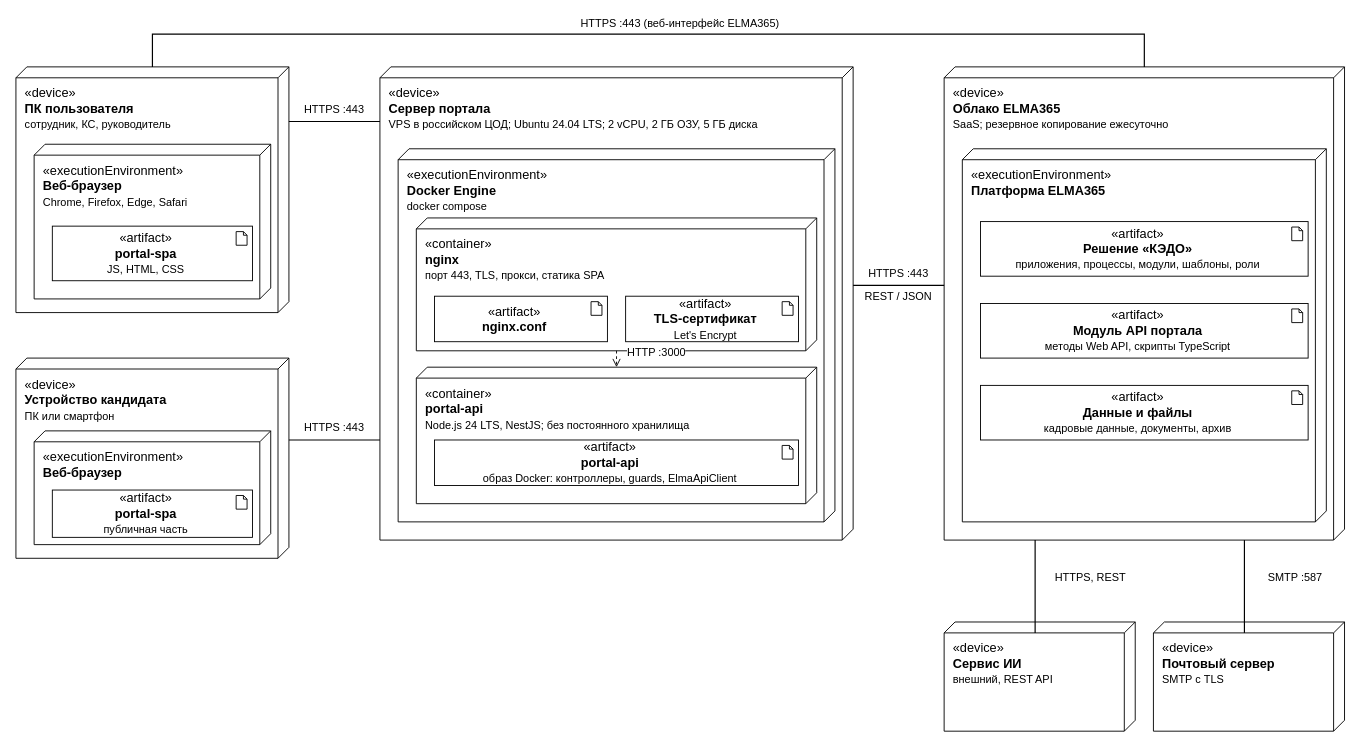
Before: docs/диаграммы/drawio/5.2_Диаграмма_развёртывания.drawio in akkixx04/doc_management, a draw.io diagram. Source tidied: cells renumbered, new cells numbered last; positions are measured from the earlier drawing's top-left corner, leaving out a move shared by most shapes. Both pictures are drawn from the tidied source at 91%, with x=0, y=0 at pixel (15, 15).
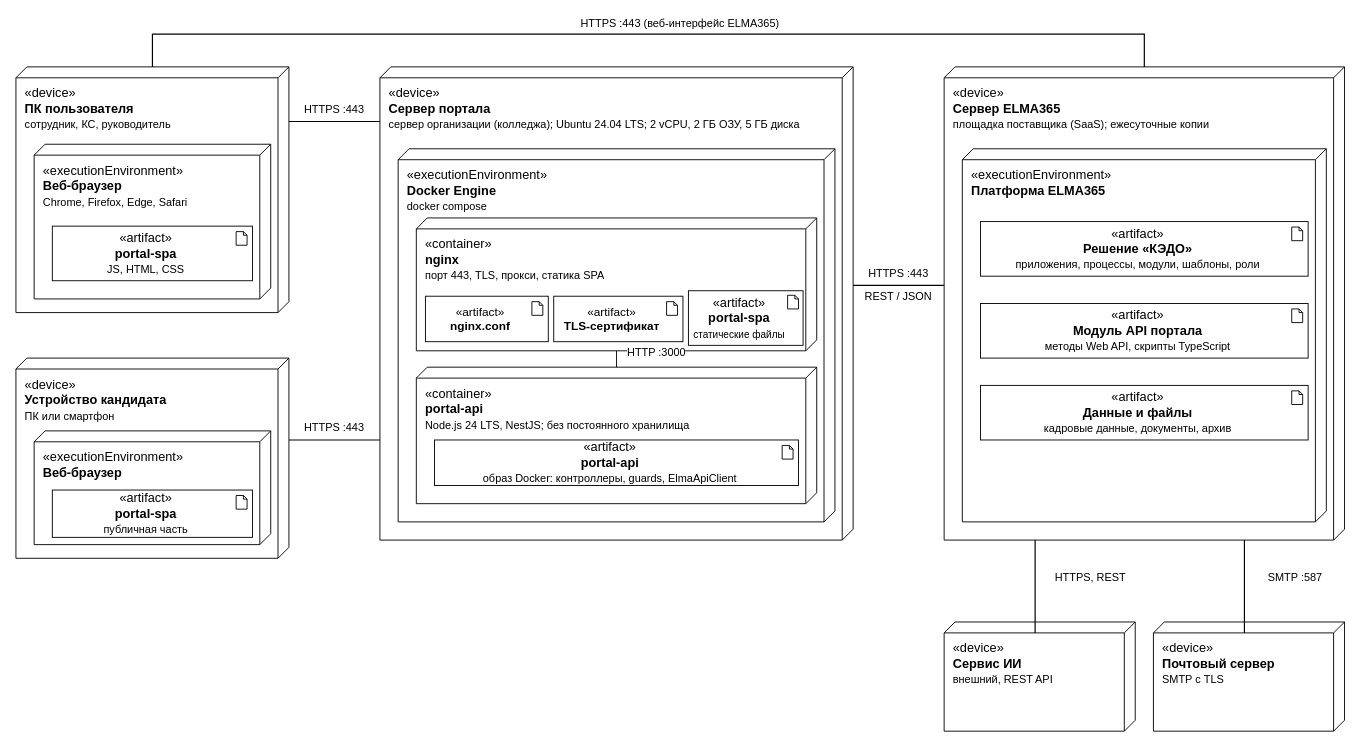
The same page after the edit.

What changed in the source:
```diff
@@
-    <mxCell id="8" style="edgeStyle=none;html=1;rounded=0;endArrow=block;endFill=1;endSize=7;strokeColor=#000000;strokeWidth=1;fontColor=#000000;fontFamily=Helvetica;endArrow=open;endFill=0;dashed=1;fontSize=14;" parent="1" edge="1">
+    <mxCell id="8" style="edgeStyle=none;html=1;rounded=0;endArrow=none;endFill=1;endSize=7;strokeColor=#000000;strokeWidth=1;fontColor=#000000;fontFamily=Helvetica;endArrow=none;endFill=0;dashed=0;fontSize=14;" parent="1" edge="1">
       <mxGeometry relative="1" as="geometry">
         <mxPoint x="660" y="368" as="sourcePoint" />
         <mxPoint x="660" y="386" as="targetPoint" />
       </mxGeometry>
     </mxCell>
@@
-    <mxCell id="17" value="«device»&lt;br&gt;&lt;b&gt;Сервер портала&lt;/b&gt;&lt;br&gt;&lt;font style='font-size:12px'&gt;VPS в российском ЦОД; Ubuntu 24.04 LTS; 2 vCPU, 2 ГБ ОЗУ, 5 ГБ диска&lt;/font&gt;" style="shape=cube;whiteSpace=wrap;html=1;size=12;flipH=1;fillColor=none;strokeColor=#000000;verticalAlign=top;align=left;spacingLeft=8;spacingTop=14;fontSize=14;fontFamily=Helvetica;fontColor=#000000;" parent="1" vertex="1">
+    <mxCell id="17" value="«device»&lt;br&gt;&lt;b&gt;Сервер портала&lt;/b&gt;&lt;br&gt;&lt;font style='font-size:12px'&gt;сервер организации (колледжа); Ubuntu 24.04 LTS; 2 vCPU, 2 ГБ ОЗУ, 5 ГБ диска&lt;/font&gt;" style="shape=cube;whiteSpace=wrap;html=1;size=12;flipH=1;fillColor=none;strokeColor=#000000;verticalAlign=top;align=left;spacingLeft=8;spacingTop=14;fontSize=14;fontFamily=Helvetica;fontColor=#000000;" parent="1" vertex="1">
       <mxGeometry x="400" y="56" width="520" height="520" as="geometry" />
     </mxCell>
@@
-    <mxCell id="20" value="«artifact»&lt;br&gt;&lt;b&gt;nginx.conf&lt;/b&gt;" style="html=1;whiteSpace=wrap;rounded=0;fillColor=#ffffff;strokeColor=#000000;fontSize=14;spacingRight=14;fontFamily=Helvetica;fontColor=#000000;" parent="1" vertex="1">
-      <mxGeometry x="460" y="308" width="190" height="50" as="geometry" />
+    <mxCell id="20" value="«artifact»&lt;br&gt;&lt;b&gt;nginx.conf&lt;/b&gt;" style="html=1;whiteSpace=wrap;rounded=0;fillColor=#ffffff;strokeColor=#000000;fontSize=13;spacingRight=14;fontFamily=Helvetica;fontColor=#000000;" parent="1" vertex="1">
+      <mxGeometry x="450" y="308" width="135" height="50" as="geometry" />
     </mxCell>
     <mxCell id="21" style="shape=note;size=4;html=1;fillColor=#ffffff;strokeColor=#000000;fontFamily=Helvetica;fontColor=#000000;fontSize=14;" parent="1" vertex="1">
-      <mxGeometry x="632" y="314" width="12" height="15" as="geometry" />
+      <mxGeometry x="567" y="314" width="12" height="15" as="geometry" />
     </mxCell>
-    <mxCell id="22" value="«artifact»&lt;br&gt;&lt;b&gt;TLS-сертификат&lt;/b&gt;&lt;br&gt;&lt;font style='font-size:12px'&gt;Let&amp;#x27;s Encrypt&lt;/font&gt;" style="html=1;whiteSpace=wrap;rounded=0;fillColor=#ffffff;strokeColor=#000000;fontSize=14;spacingRight=14;fontFamily=Helvetica;fontColor=#000000;" parent="1" vertex="1">
-      <mxGeometry x="670" y="308" width="190" height="50" as="geometry" />
+    <mxCell id="22" value="«artifact»&lt;br&gt;&lt;b&gt;TLS-сертификат&lt;/b&gt;" style="html=1;whiteSpace=wrap;rounded=0;fillColor=#ffffff;strokeColor=#000000;fontSize=13;spacingRight=14;fontFamily=Helvetica;fontColor=#000000;" parent="1" vertex="1">
+      <mxGeometry x="591" y="308" width="142" height="50" as="geometry" />
     </mxCell>
     <mxCell id="23" style="shape=note;size=4;html=1;fillColor=#ffffff;strokeColor=#000000;fontFamily=Helvetica;fontColor=#000000;fontSize=14;" parent="1" vertex="1">
-      <mxGeometry x="842" y="314" width="12" height="15" as="geometry" />
+      <mxGeometry x="715" y="314" width="12" height="15" as="geometry" />
     </mxCell>
@@
-    <mxCell id="27" value="«device»&lt;br&gt;&lt;b&gt;Облако ELMA365&lt;/b&gt;&lt;br&gt;&lt;font style='font-size:12px'&gt;SaaS; резервное копирование ежесуточно&lt;/font&gt;" style="shape=cube;whiteSpace=wrap;html=1;size=12;flipH=1;fillColor=none;strokeColor=#000000;verticalAlign=top;align=left;spacingLeft=8;spacingTop=14;fontSize=14;fontFamily=Helvetica;fontColor=#000000;" parent="1" vertex="1">
+    <mxCell id="27" value="«device»&lt;br&gt;&lt;b&gt;Сервер ELMA365&lt;/b&gt;&lt;br&gt;&lt;font style='font-size:12px'&gt;площадка поставщика (SaaS); ежесуточные копии&lt;/font&gt;" style="shape=cube;whiteSpace=wrap;html=1;size=12;flipH=1;fillColor=none;strokeColor=#000000;verticalAlign=top;align=left;spacingLeft=8;spacingTop=14;fontSize=14;fontFamily=Helvetica;fontColor=#000000;" parent="1" vertex="1">
       <mxGeometry x="1020" y="56" width="440" height="520" as="geometry" />
     </mxCell>
@@
+    <mxCell id="45" value="«artifact»&lt;br&gt;&lt;b&gt;portal-spa&lt;/b&gt;&lt;br&gt;&lt;font style=&quot;font-size:11px&quot;&gt;статические файлы&lt;/font&gt;" style="html=1;whiteSpace=wrap;rounded=0;fillColor=#ffffff;strokeColor=#000000;fontSize=14;spacingRight=14;fontFamily=Helvetica;fontColor=#000000;" parent="1" vertex="1">
+      <mxGeometry x="739" y="302" width="126" height="60" as="geometry" />
+    </mxCell>
+    <mxCell id="46" style="shape=note;size=4;html=1;fillColor=#ffffff;strokeColor=#000000;fontFamily=Helvetica;fontColor=#000000;fontSize=14;" parent="1" vertex="1">
+      <mxGeometry x="848" y="307" width="12" height="15" as="geometry" />
+    </mxCell>
```
